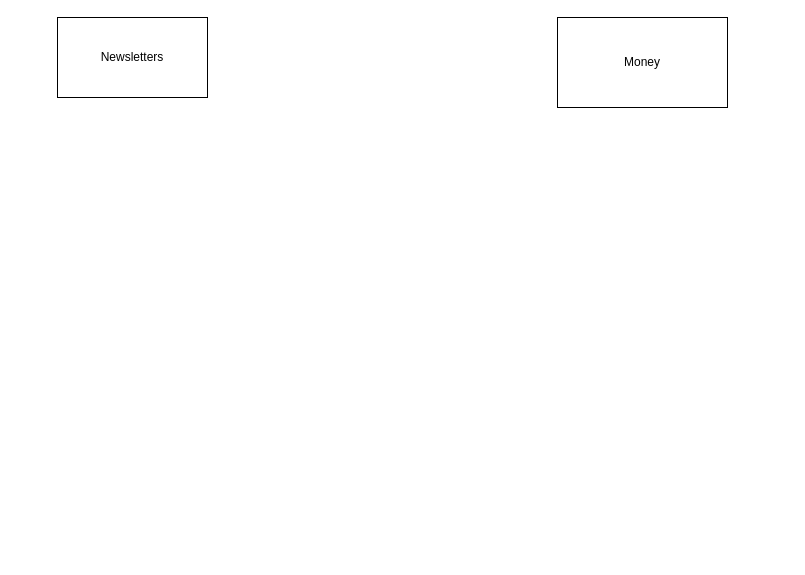
dfain2018/dfain2018.github.io keeps this draw.io diagram as Untitled Diagram.drawio. Above is the earlier version. Source tidied: cells renumbered, new cells numbered last; positions are measured from the earlier drawing's top-left corner, leaving out a move shared by most shapes. Both pictures are drawn from the tidied source at 100%, with x=0, y=0 at pixel (57, 17).
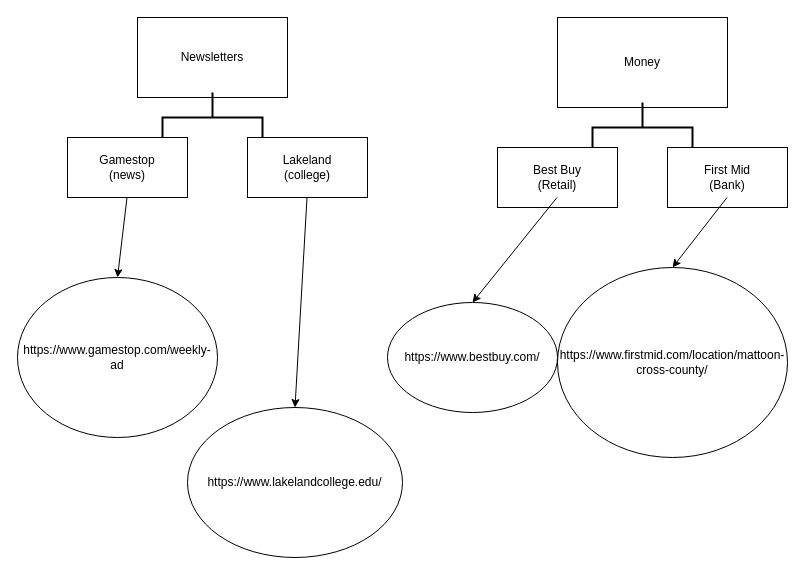
Above is the later version.

Commit message (it also covers changes not shown here):
unit8sitemaps

Change to the diagram source:
```diff
@@
     <mxCell id="2" value="Newsletters" style="rounded=0;whiteSpace=wrap;html=1;" parent="1" vertex="1">
-      <mxGeometry width="150" height="80" as="geometry" />
+      <mxGeometry x="80" width="150" height="80" as="geometry" />
     </mxCell>
@@
+    <mxCell id="4" style="strokeWidth=2;html=1;shape=mxgraph.flowchart.annotation_2;align=left;labelPosition=right;rotation=90;" parent="1" vertex="1">
+      <mxGeometry x="130" y="50" width="50" height="100" as="geometry" />
+    </mxCell>
+    <mxCell id="5" value="Gamestop&lt;br&gt;(news)" style="rounded=0;whiteSpace=wrap;html=1;" parent="1" vertex="1">
+      <mxGeometry x="10" y="120" width="120" height="60" as="geometry" />
+    </mxCell>
+    <mxCell id="6" value="Lakeland&lt;br&gt;(college)" style="rounded=0;whiteSpace=wrap;html=1;" parent="1" vertex="1">
+      <mxGeometry x="190" y="120" width="120" height="60" as="geometry" />
+    </mxCell>
+    <mxCell id="7" style="strokeWidth=2;html=1;shape=mxgraph.flowchart.annotation_2;align=left;labelPosition=right;rotation=90;" parent="1" vertex="1">
+      <mxGeometry x="560" y="60" width="50" height="100" as="geometry" />
+    </mxCell>
+    <mxCell id="8" value="Best Buy&lt;br&gt;(Retail)" style="rounded=0;whiteSpace=wrap;html=1;" parent="1" vertex="1">
+      <mxGeometry x="440" y="130" width="120" height="60" as="geometry" />
+    </mxCell>
+    <mxCell id="9" value="First Mid&lt;br&gt;(Bank)" style="rounded=0;whiteSpace=wrap;html=1;" parent="1" vertex="1">
+      <mxGeometry x="610" y="130" width="120" height="60" as="geometry" />
+    </mxCell>
+    <mxCell id="10" style="endArrow=classic;html=1;entryX=0.5;entryY=0;entryDx=0;entryDy=0;" parent="1" edge="1" target="14">
+      <mxGeometry relative="1" as="geometry">
+        <mxPoint x="69.5" y="180" as="sourcePoint" />
+      </mxGeometry>
+    </mxCell>
+    <mxCell id="11" style="endArrow=classic;html=1;entryX=0.5;entryY=0;entryDx=0;entryDy=0;" parent="1" edge="1" target="15">
+      <mxGeometry relative="1" as="geometry">
+        <mxPoint x="249.5" y="180" as="sourcePoint" />
+      </mxGeometry>
+    </mxCell>
+    <mxCell id="12" style="endArrow=classic;html=1;entryX=0.5;entryY=0;entryDx=0;entryDy=0;" parent="1" edge="1" target="16">
+      <mxGeometry relative="1" as="geometry">
+        <mxPoint x="499.5" y="180" as="sourcePoint" />
+      </mxGeometry>
+    </mxCell>
+    <mxCell id="13" style="endArrow=classic;html=1;entryX=0.5;entryY=0;entryDx=0;entryDy=0;" parent="1" edge="1" target="17">
+      <mxGeometry relative="1" as="geometry">
+        <mxPoint x="669.5" y="180" as="sourcePoint" />
+      </mxGeometry>
+    </mxCell>
+    <mxCell id="14" value="https://www.gamestop.com/weekly-ad&lt;br&gt;" style="ellipse;whiteSpace=wrap;html=1;" parent="1" vertex="1">
+      <mxGeometry x="-40" y="260" width="200" height="160" as="geometry" />
+    </mxCell>
+    <mxCell id="15" value="https://www.lakelandcollege.edu/" style="ellipse;whiteSpace=wrap;html=1;" parent="1" vertex="1">
+      <mxGeometry x="130" y="390" width="215" height="150" as="geometry" />
+    </mxCell>
+    <mxCell id="16" value="https://www.bestbuy.com/" style="ellipse;whiteSpace=wrap;html=1;" parent="1" vertex="1">
+      <mxGeometry x="330" y="285" width="170" height="110" as="geometry" />
+    </mxCell>
+    <mxCell id="17" value="https://www.firstmid.com/location/mattoon-cross-county/&lt;br&gt;" style="ellipse;whiteSpace=wrap;html=1;" parent="1" vertex="1">
+      <mxGeometry x="500" y="250" width="230" height="190" as="geometry" />
+    </mxCell>
```
